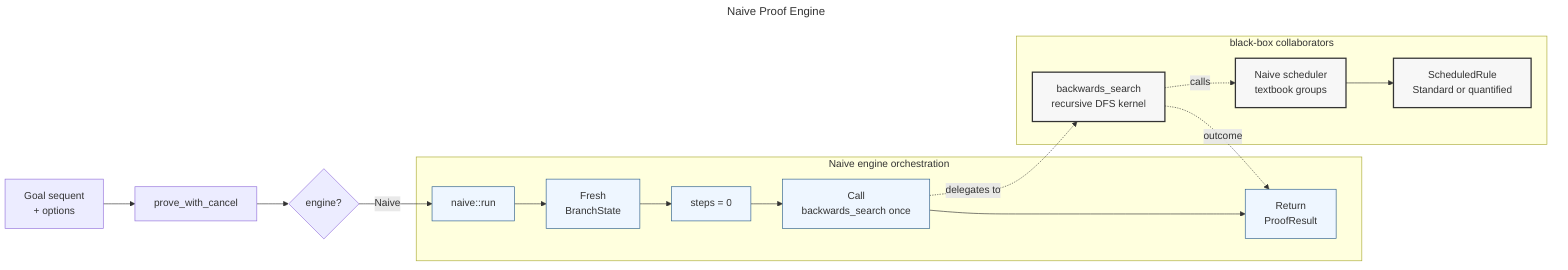
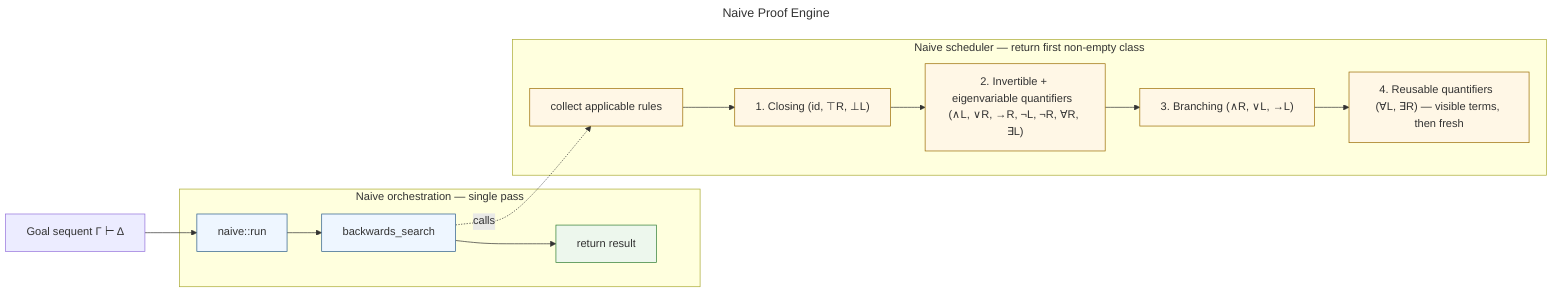
---
title: Naive Proof Engine
---
flowchart LR
-     A["Goal sequent<br/>+ options"] --> B["prove_with_cancel"]
-     B --> C{"engine?"}
-     C -->|Naive| D["naive::run"]
+     IN["Goal sequent Γ ⊢ Δ"] --> RUN

-     subgraph N["Naive engine orchestration"]
-         D --> E["Fresh<br/>BranchState"]
-         E --> F["steps = 0"]
-         F --> G["Call<br/>backwards_search once"]
-         G --> H["Return<br/>ProofResult"]
+     subgraph ORQ["Naive orchestration — single pass"]
+         RUN["naive::run"] --> BS["backwards_search"]
+         BS --> RES["return result"]
    end

-     subgraph K["black-box collaborators"]
-         K1["backwards_search<br/>recursive DFS kernel"]
-         K2["Naive scheduler<br/>textbook groups"]
-         K3["ScheduledRule<br/>Standard or quantified"]
-         K2 --> K3
-         K1 -. calls .-> K2
+     BS -. calls .-> SCHED_START
+ 
+     subgraph SCHED["Naive scheduler — return first non-empty class"]
+         SCHED_START["collect applicable rules"]
+         C1["1. Closing  (id, ⊤R, ⊥L)"]
+         C2["2. Invertible + eigenvariable quantifiers  (∧L, ∨R, →R, ¬L, ¬R, ∀R, ∃L)"]
+         C3["3. Branching  (∧R, ∨L, →L)"]
+         C4["4. Reusable quantifiers  (∀L, ∃R) — visible terms, then fresh"]
+         SCHED_START --> C1 --> C2 --> C3 --> C4
    end

-     G -. delegates to .-> K1
-     K1 -. outcome .-> H
+     classDef engine fill:#eef6ff,stroke:#2b5d8a,stroke-width:1px;
+     classDef sched fill:#fff7e6,stroke:#9a6b00,stroke-width:1px;
+     classDef result fill:#edf7ed,stroke:#2f7d32,stroke-width:1px;

-     classDef engine fill:#eef6ff,stroke:#2b5d8a,stroke-width:1px;
-     classDef kernel fill:#f7f7f7,stroke:#333,stroke-width:2px;
-     class D,E,F,G,H engine;
-     class K1,K2,K3 kernel;
+     class RUN,BS engine;
+     class SCHED_START,C1,C2,C3,C4 sched;
+     class RES result;
